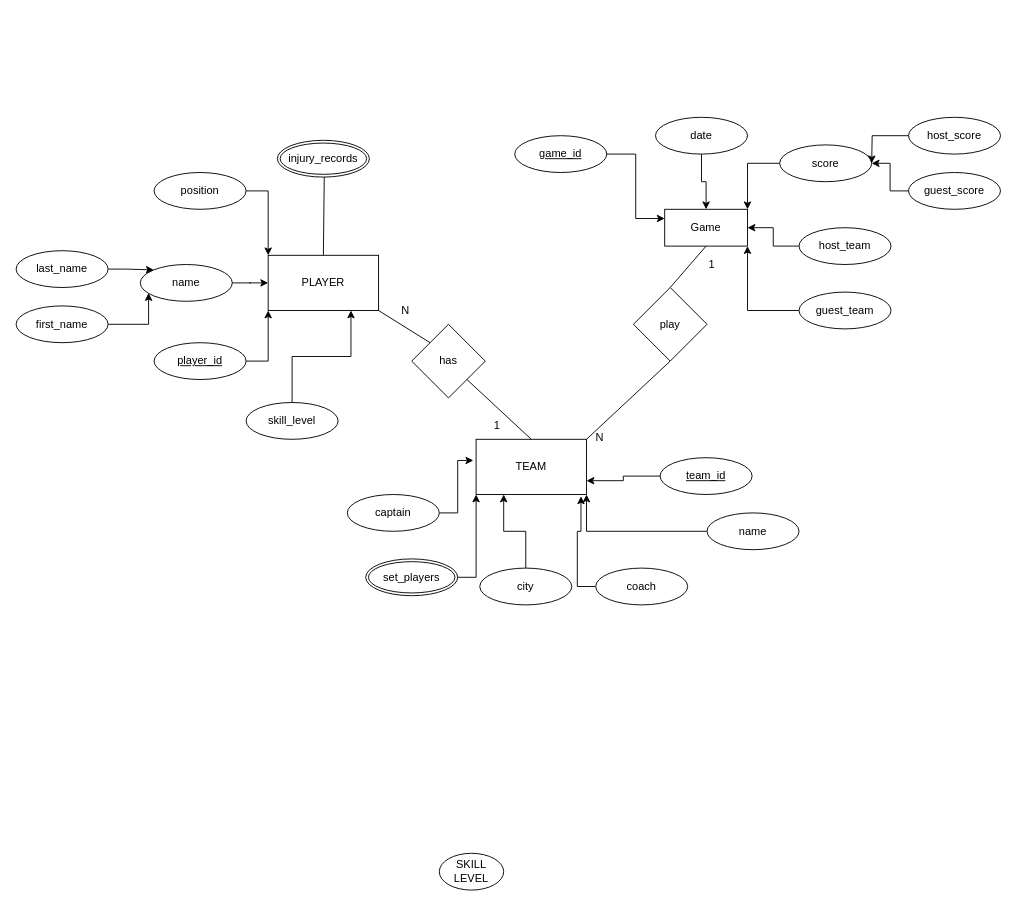
aybatu/webdev_lab keeps this draw.io diagram as Untitled Diagram.drawio. Above is the earlier version. Source tidied: cells renumbered, new cells numbered last; positions are measured from the earlier drawing's top-left corner, leaving out a move shared by most shapes. Both pictures are drawn from the tidied source at 92%, with x=0, y=0 at pixel (16, 117).
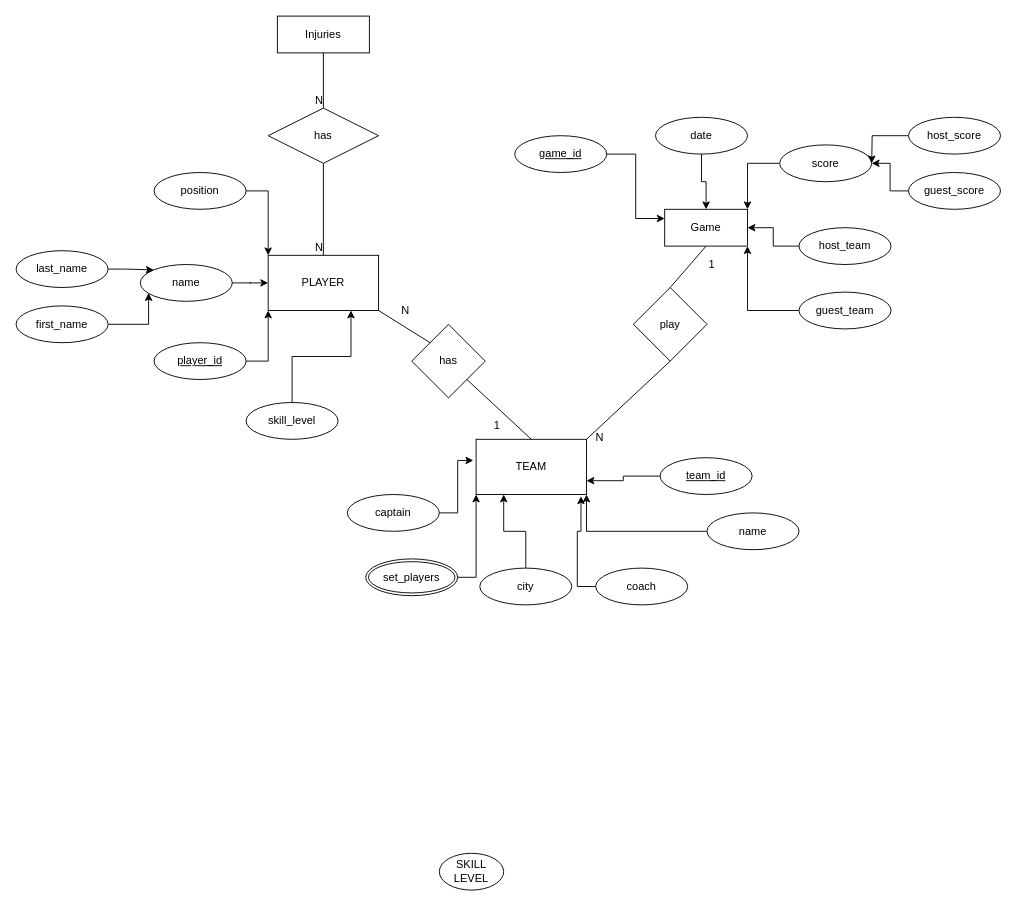
The same diagram, later.

The change refers to these unchanged cells:
```xml
<mxCell id="3" value="PLAYER" style="rounded=0;whiteSpace=wrap;html=1;" parent="1" vertex="1">
  <mxGeometry x="274" y="150" width="120" height="60" as="geometry" />
</mxCell>
```

Change to the diagram source:
```diff
@@
-    <mxCell id="5" style="endArrow=none;html=1;rounded=0;entryX=0.5;entryY=0;entryDx=0;entryDy=0;exitX=0.5;exitY=1;exitDx=0;exitDy=0;" parent="1" edge="1" target="3">
-      <mxGeometry relative="1" as="geometry">
-        <mxPoint x="335" y="60" as="sourcePoint" />
-      </mxGeometry>
-    </mxCell>
@@
-    <mxCell id="27" value="injury_records" style="ellipse;shape=doubleEllipse;margin=3;whiteSpace=wrap;html=1;align=center;" parent="1" vertex="1">
-      <mxGeometry x="284" y="25" width="100" height="40" as="geometry" />
-    </mxCell>
@@
+    <mxCell id="56" value="Injuries" style="whiteSpace=wrap;html=1;align=center;" parent="1" vertex="1">
+      <mxGeometry x="284" y="-110" width="100" height="40" as="geometry" />
+    </mxCell>
+    <mxCell id="57" value="has" style="shape=rhombus;perimeter=rhombusPerimeter;whiteSpace=wrap;html=1;align=center;" parent="1" vertex="1">
+      <mxGeometry x="274" y="-10" width="120" height="60" as="geometry" />
+    </mxCell>
+    <mxCell id="58" style="endArrow=none;html=1;rounded=0;exitX=0.5;exitY=1;exitDx=0;exitDy=0;entryX=0.5;entryY=0;entryDx=0;entryDy=0;" parent="1" edge="1" source="57" target="3">
+      <mxGeometry relative="1" as="geometry" />
+    </mxCell>
+    <mxCell id="59" value="N" style="html=1;align=right;verticalAlign=bottom;" parent="58" vertex="1">
+      <mxGeometry x="1" relative="1" as="geometry" />
+    </mxCell>
+    <mxCell id="60" style="endArrow=none;html=1;rounded=0;exitX=0.5;exitY=1;exitDx=0;exitDy=0;entryX=0.5;entryY=0;entryDx=0;entryDy=0;" parent="1" edge="1" source="56" target="57">
+      <mxGeometry relative="1" as="geometry" />
+    </mxCell>
+    <mxCell id="61" value="N" style="html=1;align=right;verticalAlign=bottom;" parent="60" vertex="1">
+      <mxGeometry x="1" relative="1" as="geometry" />
+    </mxCell>
```
